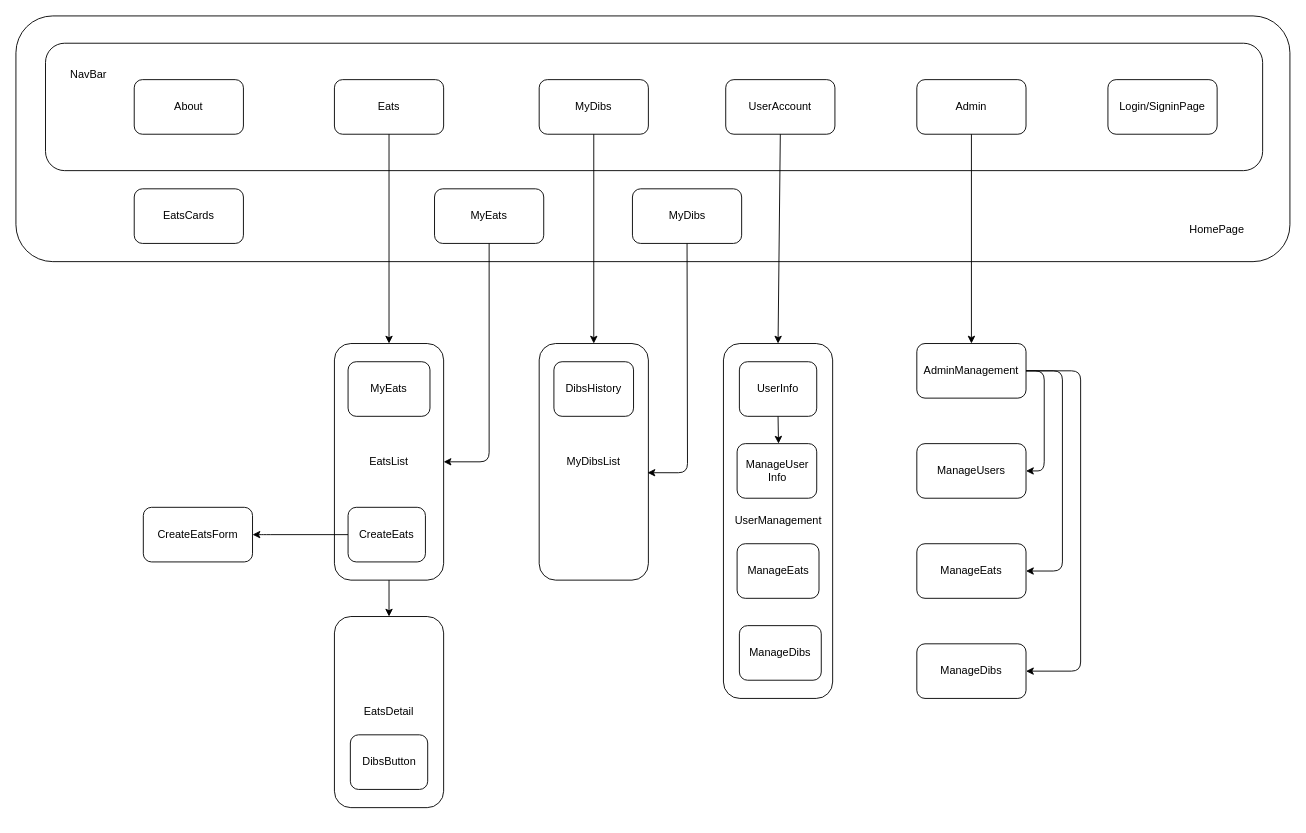
Above: Planning/p5_tree.drawio in KukHoonRyou/Community-Feast (draw.io), before the change. Source tidied: cells renumbered, new cells numbered last; positions are measured from the earlier drawing's top-left corner, leaving out a move shared by most shapes. Both pictures are drawn from the tidied source at 91%, with x=0, y=0 at pixel (15, 15).
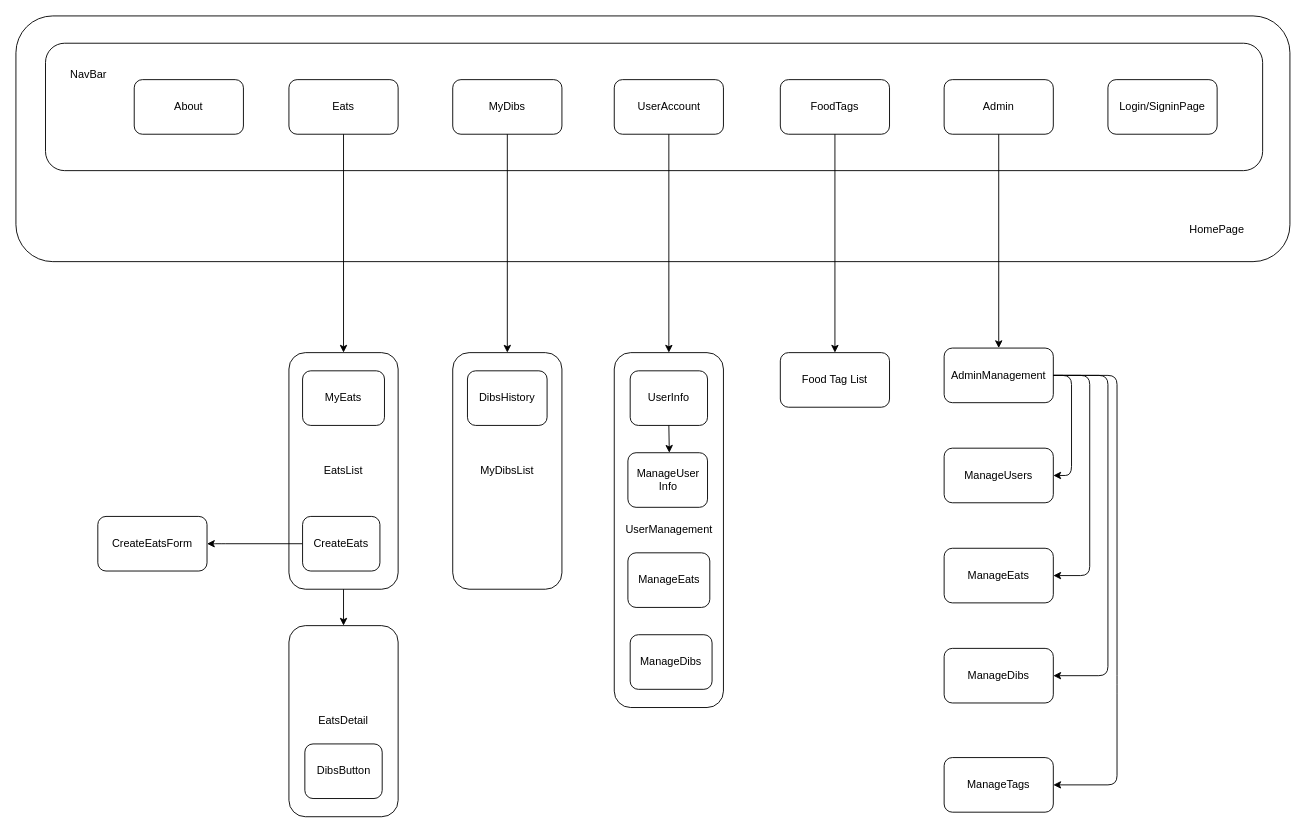
After the change.

The edit, as a diff of the source:
```diff
@@
     <mxCell id="5" value="Eats&lt;br&gt;" style="rounded=1;whiteSpace=wrap;html=1;" parent="1" vertex="1">
-      <mxGeometry x="350" y="70" width="120" height="60" as="geometry" />
+      <mxGeometry x="300" y="70" width="120" height="60" as="geometry" />
     </mxCell>
     <mxCell id="6" value="UserAccount" style="rounded=1;whiteSpace=wrap;html=1;" parent="1" vertex="1">
-      <mxGeometry x="780" y="70" width="120" height="60" as="geometry" />
+      <mxGeometry x="657.5" y="70" width="120" height="60" as="geometry" />
     </mxCell>
     <mxCell id="7" value="Admin" style="rounded=1;whiteSpace=wrap;html=1;" parent="1" vertex="1">
-      <mxGeometry x="990" y="70" width="120" height="60" as="geometry" />
+      <mxGeometry x="1020" y="70" width="120" height="60" as="geometry" />
     </mxCell>
@@
     <mxCell id="13" value="EatsList" style="rounded=1;whiteSpace=wrap;html=1;" parent="1" vertex="1">
-      <mxGeometry x="350" y="360" width="120" height="260" as="geometry" />
+      <mxGeometry x="300" y="370" width="120" height="260" as="geometry" />
     </mxCell>
     <mxCell id="14" value="UserManagement" style="rounded=1;whiteSpace=wrap;html=1;" parent="1" vertex="1">
-      <mxGeometry x="777.5" y="360" width="120" height="390" as="geometry" />
+      <mxGeometry x="657.5" y="370" width="120" height="390" as="geometry" />
     </mxCell>
     <mxCell id="15" value="AdminManagement" style="rounded=1;whiteSpace=wrap;html=1;" parent="1" vertex="1">
-      <mxGeometry x="990" y="360" width="120" height="60" as="geometry" />
+      <mxGeometry x="1020" y="365" width="120" height="60" as="geometry" />
     </mxCell>
     <mxCell id="16" value="ManageUsers" style="rounded=1;whiteSpace=wrap;html=1;" parent="1" vertex="1">
-      <mxGeometry x="990" y="470" width="120" height="60" as="geometry" />
+      <mxGeometry x="1020" y="475" width="120" height="60" as="geometry" />
     </mxCell>
     <mxCell id="17" value="ManageEats" style="rounded=1;whiteSpace=wrap;html=1;" parent="1" vertex="1">
-      <mxGeometry x="990" y="580" width="120" height="60" as="geometry" />
+      <mxGeometry x="1020" y="585" width="120" height="60" as="geometry" />
     </mxCell>
     <mxCell id="18" style="endArrow=classic;html=1;exitX=1;exitY=0.5;exitDx=0;exitDy=0;entryX=1;entryY=0.5;entryDx=0;entryDy=0;" parent="1" edge="1" source="15" target="16">
       <mxGeometry relative="1" as="geometry">
         <Array as="points">
-          <mxPoint x="1130" y="390" />
-          <mxPoint x="1130" y="500" />
+          <mxPoint x="1160" y="395" />
+          <mxPoint x="1160" y="505" />
         </Array>
       </mxGeometry>
     </mxCell>
     <mxCell id="19" style="endArrow=classic;html=1;exitX=1;exitY=0.5;exitDx=0;exitDy=0;" parent="1" edge="1" source="15">
       <mxGeometry relative="1" as="geometry">
-        <mxPoint x="1110" y="610" as="targetPoint" />
+        <mxPoint x="1140" y="615" as="targetPoint" />
         <Array as="points">
-          <mxPoint x="1150" y="390" />
-          <mxPoint x="1150" y="610" />
+          <mxPoint x="1180" y="395" />
+          <mxPoint x="1180" y="615" />
         </Array>
       </mxGeometry>
     </mxCell>
     <mxCell id="20" value="ManageDibs" style="rounded=1;whiteSpace=wrap;html=1;" parent="1" vertex="1">
-      <mxGeometry x="990" y="690" width="120" height="60" as="geometry" />
+      <mxGeometry x="1020" y="695" width="120" height="60" as="geometry" />
     </mxCell>
     <mxCell id="21" style="endArrow=classic;html=1;entryX=1;entryY=0.5;entryDx=0;entryDy=0;exitX=1;exitY=0.5;exitDx=0;exitDy=0;" parent="1" edge="1" source="15" target="20">
       <mxGeometry relative="1" as="geometry">
         <Array as="points">
-          <mxPoint x="1170" y="390" />
-          <mxPoint x="1170" y="720" />
+          <mxPoint x="1200" y="395" />
+          <mxPoint x="1200" y="725" />
         </Array>
       </mxGeometry>
     </mxCell>
     <mxCell id="22" value="MyDibs" style="rounded=1;whiteSpace=wrap;html=1;" parent="1" vertex="1">
-      <mxGeometry x="575" y="70" width="120" height="60" as="geometry" />
+      <mxGeometry x="480" y="70" width="120" height="60" as="geometry" />
     </mxCell>
     <mxCell id="23" value="EatsDetail" style="rounded=1;whiteSpace=wrap;html=1;" parent="1" vertex="1">
-      <mxGeometry x="350" y="660" width="120" height="210" as="geometry" />
+      <mxGeometry x="300" y="670" width="120" height="210" as="geometry" />
     </mxCell>
@@
     <mxCell id="25" value="DibsButton" style="rounded=1;whiteSpace=wrap;html=1;" parent="1" vertex="1">
-      <mxGeometry x="367.5" y="790" width="85" height="60" as="geometry" />
+      <mxGeometry x="317.5" y="800" width="85" height="60" as="geometry" />
     </mxCell>
     <mxCell id="26" value="MyDibsList" style="rounded=1;whiteSpace=wrap;html=1;" parent="1" vertex="1">
-      <mxGeometry x="575" y="360" width="120" height="260" as="geometry" />
+      <mxGeometry x="480" y="370" width="120" height="260" as="geometry" />
     </mxCell>
@@
-    <mxCell id="28" value="EatsCards" style="rounded=1;whiteSpace=wrap;html=1;" parent="1" vertex="1">
-      <mxGeometry x="130" y="190" width="120" height="60" as="geometry" />
-    </mxCell>
     <mxCell id="29" value="DibsHistory" style="rounded=1;whiteSpace=wrap;html=1;" parent="1" vertex="1">
-      <mxGeometry x="591.2" y="380" width="87.5" height="60" as="geometry" />
+      <mxGeometry x="496.2" y="390" width="87.5" height="60" as="geometry" />
     </mxCell>
-    <mxCell id="30" value="MyEats" style="rounded=1;whiteSpace=wrap;html=1;" parent="1" vertex="1">
-      <mxGeometry x="460" y="190" width="120" height="60" as="geometry" />
-    </mxCell>
-    <mxCell id="31" value="MyDibs" style="rounded=1;whiteSpace=wrap;html=1;" parent="1" vertex="1">
-      <mxGeometry x="677.5" y="190" width="120" height="60" as="geometry" />
-    </mxCell>
     <mxCell id="32" value="MyEats" style="rounded=1;whiteSpace=wrap;html=1;" parent="1" vertex="1">
-      <mxGeometry x="365" y="380" width="90" height="60" as="geometry" />
+      <mxGeometry x="315" y="390" width="90" height="60" as="geometry" />
     </mxCell>
-    <mxCell id="33" style="endArrow=classic;html=1;exitX=0.5;exitY=1;exitDx=0;exitDy=0;entryX=1;entryY=0.5;entryDx=0;entryDy=0;" parent="1" edge="1" source="30" target="13">
-      <mxGeometry relative="1" as="geometry">
-        <Array as="points">
-          <mxPoint x="520" y="490" />
-        </Array>
-      </mxGeometry>
-    </mxCell>
-    <mxCell id="34" style="endArrow=classic;html=1;exitX=0.5;exitY=1;exitDx=0;exitDy=0;entryX=0.992;entryY=0.546;entryDx=0;entryDy=0;entryPerimeter=0;" parent="1" edge="1" source="31" target="26">
-      <mxGeometry relative="1" as="geometry">
-        <Array as="points">
-          <mxPoint x="738" y="502" />
-        </Array>
-      </mxGeometry>
-    </mxCell>
     <mxCell id="35" value="ManageEats" style="rounded=1;whiteSpace=wrap;html=1;" parent="1" vertex="1">
-      <mxGeometry x="792.5" y="580" width="90" height="60" as="geometry" />
+      <mxGeometry x="672.5" y="590" width="90" height="60" as="geometry" />
     </mxCell>
     <mxCell id="36" value="ManageDibs" style="rounded=1;whiteSpace=wrap;html=1;" parent="1" vertex="1">
-      <mxGeometry x="795" y="670" width="90" height="60" as="geometry" />
+      <mxGeometry x="675" y="680" width="90" height="60" as="geometry" />
     </mxCell>
     <mxCell id="37" value="CreateEatsForm" style="rounded=1;whiteSpace=wrap;html=1;" parent="1" vertex="1">
-      <mxGeometry x="140" y="540" width="120" height="60" as="geometry" />
+      <mxGeometry x="90" y="550" width="120" height="60" as="geometry" />
     </mxCell>
     <mxCell id="38" style="endArrow=classic;html=1;exitX=0;exitY=0.5;exitDx=0;exitDy=0;entryX=1;entryY=0.5;entryDx=0;entryDy=0;" parent="1" edge="1" source="39" target="37">
       <mxGeometry relative="1" as="geometry">
         <Array as="points">
-          <mxPoint x="270" y="570" />
+          <mxPoint x="220" y="580" />
         </Array>
       </mxGeometry>
     </mxCell>
     <mxCell id="39" value="CreateEats" style="rounded=1;whiteSpace=wrap;html=1;" parent="1" vertex="1">
-      <mxGeometry x="365" y="540" width="85" height="60" as="geometry" />
+      <mxGeometry x="315" y="550" width="85" height="60" as="geometry" />
     </mxCell>
@@
     <mxCell id="41" value="UserInfo" style="rounded=1;whiteSpace=wrap;html=1;" parent="1" vertex="1">
-      <mxGeometry x="795" y="380" width="85" height="60" as="geometry" />
+      <mxGeometry x="675" y="390" width="85" height="60" as="geometry" />
     </mxCell>
     <mxCell id="42" value="ManageUser&lt;br&gt;Info" style="rounded=1;whiteSpace=wrap;html=1;" parent="1" vertex="1">
-      <mxGeometry x="792.5" y="470" width="87.5" height="60" as="geometry" />
+      <mxGeometry x="672.5" y="480" width="87.5" height="60" as="geometry" />
     </mxCell>
     <mxCell id="43" style="endArrow=classic;html=1;exitX=0.5;exitY=1;exitDx=0;exitDy=0;" parent="1" edge="1" source="41">
       <mxGeometry relative="1" as="geometry">
-        <mxPoint x="838" y="470" as="targetPoint" />
+        <mxPoint x="718" y="480" as="targetPoint" />
       </mxGeometry>
     </mxCell>
+    <mxCell id="44" value="ManageTags" style="rounded=1;whiteSpace=wrap;html=1;" parent="1" vertex="1">
+      <mxGeometry x="1020" y="815" width="120" height="60" as="geometry" />
+    </mxCell>
+    <mxCell id="45" style="endArrow=classic;html=1;entryX=1;entryY=0.5;entryDx=0;entryDy=0;exitX=1;exitY=0.5;exitDx=0;exitDy=0;" parent="1" edge="1" source="15" target="44">
+      <mxGeometry relative="1" as="geometry">
+        <Array as="points">
+          <mxPoint x="1210" y="395" />
+          <mxPoint x="1210" y="735" />
+          <mxPoint x="1210" y="845" />
+        </Array>
+      </mxGeometry>
+    </mxCell>
+    <mxCell id="46" value="FoodTags" style="rounded=1;whiteSpace=wrap;html=1;" parent="1" vertex="1">
+      <mxGeometry x="840" y="70" width="120" height="60" as="geometry" />
+    </mxCell>
+    <mxCell id="47" value="Food Tag List" style="rounded=1;whiteSpace=wrap;html=1;" parent="1" vertex="1">
+      <mxGeometry x="840" y="370" width="120" height="60" as="geometry" />
+    </mxCell>
+    <mxCell id="48" style="endArrow=classic;html=1;entryX=0.5;entryY=0;entryDx=0;entryDy=0;exitX=0.5;exitY=1;exitDx=0;exitDy=0;" parent="1" edge="1" source="46" target="47">
+      <mxGeometry relative="1" as="geometry" />
+    </mxCell>
```
